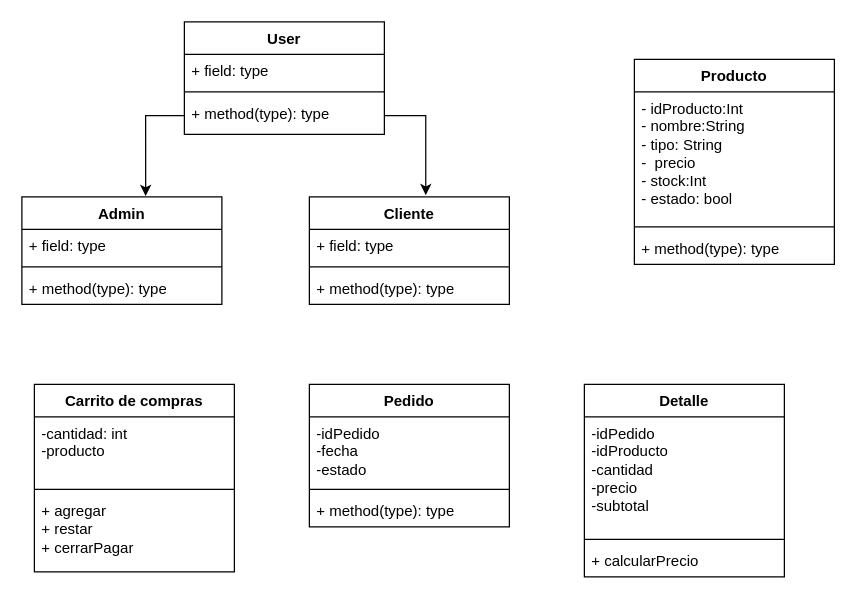
The draw.io diagram page "Página-2" (2 of 2) of DesignEntity.drawio in CAC23319-G17/tpintegrador, before the edit. Source tidied: cells renumbered, new cells numbered last; positions are measured from the earlier drawing's top-left corner, leaving out a move shared by most shapes. Both pictures are drawn from the tidied source at 125%, with x=0, y=0 at pixel (21, 21).
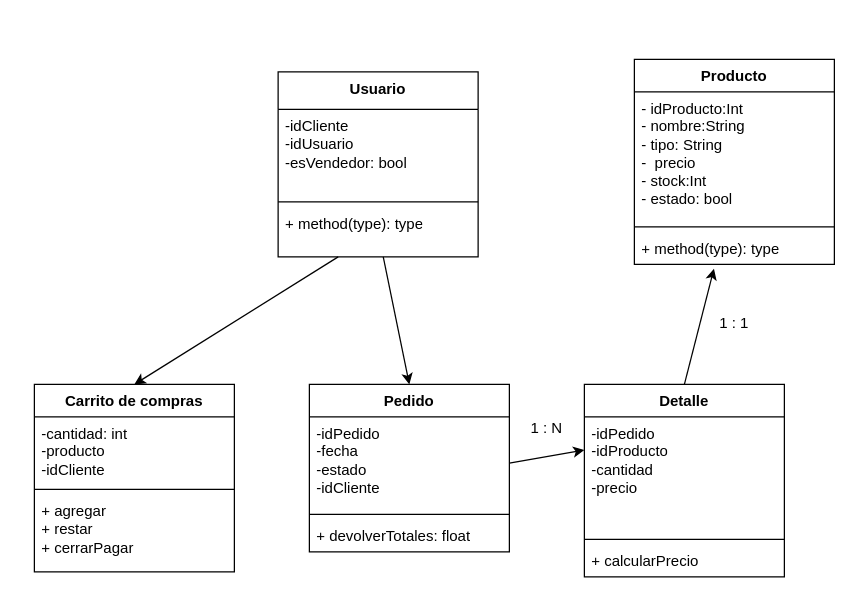
The same page after the edit.

Unchanged cells that the change refers to:
```xml
<mxCell id="20" value="Detalle" style="swimlane;fontStyle=1;align=center;verticalAlign=top;horizontal=1;startSize=26;whiteSpace=wrap;html=1;" parent="1" vertex="1">
  <mxGeometry x="450" y="290" width="160" height="154" as="geometry" />
</mxCell>
<mxCell id="24" value="Carrito de compras" style="swimlane;fontStyle=1;align=center;verticalAlign=top;horizontal=1;startSize=26;whiteSpace=wrap;html=1;" parent="1" vertex="1">
  <mxGeometry x="10" y="290" width="160" height="150" as="geometry" />
</mxCell>
<mxCell id="31" value="+ method(type): type" style="text;strokeColor=none;fillColor=none;align=left;verticalAlign=top;spacingLeft=4;spacingRight=4;overflow=hidden;points=[[0,0.5],[1,0.5]];portConstraint=eastwest;whiteSpace=wrap;html=1;" parent="28" vertex="1">
  <mxGeometry y="138" width="160" height="26" as="geometry" />
</mxCell>
```

The edit, as a diff of the source:
```diff
@@
-    <mxCell id="2" value="User" style="swimlane;fontStyle=1;align=center;verticalAlign=top;horizontal=1;startSize=26;whiteSpace=wrap;html=1;" parent="1" vertex="1">
-      <mxGeometry x="130" width="160" height="90" as="geometry" />
-    </mxCell>
-    <mxCell id="3" value="+ field: type" style="text;strokeColor=none;fillColor=none;align=left;verticalAlign=top;spacingLeft=4;spacingRight=4;overflow=hidden;whiteSpace=wrap;html=1;" parent="2" vertex="1">
-      <mxGeometry y="26" width="160" height="26" as="geometry" />
-    </mxCell>
-    <mxCell id="4" style="line;strokeWidth=1;fillColor=none;align=left;verticalAlign=middle;spacingTop=-1;spacingLeft=3;spacingRight=3;labelPosition=right;strokeColor=inherit;" parent="2" vertex="1">
-      <mxGeometry y="52" width="160" height="8" as="geometry" />
-    </mxCell>
-    <mxCell id="5" value="+ method(type): type" style="text;strokeColor=none;fillColor=none;align=left;verticalAlign=top;spacingLeft=4;spacingRight=4;overflow=hidden;points=[[0,0.5],[1,0.5]];portConstraint=eastwest;whiteSpace=wrap;html=1;" parent="2" vertex="1">
-      <mxGeometry y="60" width="160" height="30" as="geometry" />
-    </mxCell>
-    <mxCell id="6" value="Cliente" style="swimlane;fontStyle=1;align=center;verticalAlign=top;horizontal=1;startSize=26;whiteSpace=wrap;html=1;" parent="1" vertex="1">
-      <mxGeometry x="230" y="140" width="160" height="86" as="geometry" />
+    <mxCell id="6" value="Usuario" style="swimlane;fontStyle=1;align=center;verticalAlign=top;horizontal=1;startSize=30;whiteSpace=wrap;html=1;" parent="1" vertex="1">
+      <mxGeometry x="205" y="40" width="160" height="148" as="geometry" />
     </mxCell>
-    <mxCell id="7" value="+ field: type" style="text;strokeColor=none;fillColor=none;align=left;verticalAlign=top;spacingLeft=4;spacingRight=4;overflow=hidden;whiteSpace=wrap;html=1;" parent="6" vertex="1">
-      <mxGeometry y="26" width="160" height="26" as="geometry" />
+    <mxCell id="7" value="-idCliente&lt;br&gt;-idUsuario&lt;br&gt;-esVendedor: bool" style="text;strokeColor=none;fillColor=none;align=left;verticalAlign=top;spacingLeft=4;spacingRight=4;overflow=hidden;whiteSpace=wrap;html=1;" parent="6" vertex="1">
+      <mxGeometry y="30" width="160" height="70" as="geometry" />
     </mxCell>
     <mxCell id="8" style="line;strokeWidth=1;fillColor=none;align=left;verticalAlign=middle;spacingTop=-1;spacingLeft=3;spacingRight=3;labelPosition=right;strokeColor=inherit;" parent="6" vertex="1">
-      <mxGeometry y="52" width="160" height="8" as="geometry" />
+      <mxGeometry y="100" width="160" height="8" as="geometry" />
     </mxCell>
     <mxCell id="9" value="+ method(type): type" style="text;strokeColor=none;fillColor=none;align=left;verticalAlign=top;spacingLeft=4;spacingRight=4;overflow=hidden;points=[[0,0.5],[1,0.5]];portConstraint=eastwest;whiteSpace=wrap;html=1;" parent="6" vertex="1">
-      <mxGeometry y="60" width="160" height="26" as="geometry" />
+      <mxGeometry y="108" width="160" height="40" as="geometry" />
     </mxCell>
-    <mxCell id="10" value="Admin" style="swimlane;fontStyle=1;align=center;verticalAlign=top;horizontal=1;startSize=26;whiteSpace=wrap;html=1;" parent="1" vertex="1">
-      <mxGeometry y="140" width="160" height="86" as="geometry" />
-    </mxCell>
-    <mxCell id="11" value="+ field: type" style="text;strokeColor=none;fillColor=none;align=left;verticalAlign=top;spacingLeft=4;spacingRight=4;overflow=hidden;whiteSpace=wrap;html=1;" parent="10" vertex="1">
-      <mxGeometry y="26" width="160" height="26" as="geometry" />
-    </mxCell>
-    <mxCell id="12" style="line;strokeWidth=1;fillColor=none;align=left;verticalAlign=middle;spacingTop=-1;spacingLeft=3;spacingRight=3;labelPosition=right;strokeColor=inherit;" parent="10" vertex="1">
-      <mxGeometry y="52" width="160" height="8" as="geometry" />
-    </mxCell>
-    <mxCell id="13" value="+ method(type): type" style="text;strokeColor=none;fillColor=none;align=left;verticalAlign=top;spacingLeft=4;spacingRight=4;overflow=hidden;whiteSpace=wrap;html=1;" parent="10" vertex="1">
-      <mxGeometry y="60" width="160" height="26" as="geometry" />
-    </mxCell>
-    <mxCell id="14" style="edgeStyle=orthogonalEdgeStyle;rounded=0;jettySize=auto;html=1;exitX=1;exitY=0.5;exitDx=0;exitDy=0;entryX=0.582;entryY=-0.016;entryDx=0;entryDy=0;entryPerimeter=0;" parent="1" edge="1" source="5" target="6">
-      <mxGeometry relative="1" as="geometry" />
-    </mxCell>
-    <mxCell id="15" style="edgeStyle=orthogonalEdgeStyle;rounded=0;jettySize=auto;html=1;exitX=0;exitY=0.5;exitDx=0;exitDy=0;entryX=0.619;entryY=-0.008;entryDx=0;entryDy=0;entryPerimeter=0;" parent="1" edge="1" source="5" target="10">
-      <mxGeometry relative="1" as="geometry" />
-    </mxCell>
     <mxCell id="16" value="Pedido" style="swimlane;fontStyle=1;align=center;verticalAlign=top;horizontal=1;startSize=26;whiteSpace=wrap;html=1;" parent="1" vertex="1">
-      <mxGeometry x="230" y="290" width="160" height="114" as="geometry" />
+      <mxGeometry x="230" y="290" width="160" height="134" as="geometry" />
     </mxCell>
-    <mxCell id="17" value="-idPedido&lt;br&gt;-fecha&lt;br&gt;-estado" style="text;strokeColor=none;fillColor=none;align=left;verticalAlign=top;spacingLeft=4;spacingRight=4;overflow=hidden;points=[[0,0.5],[1,0.5]];portConstraint=eastwest;whiteSpace=wrap;html=1;" parent="16" vertex="1">
-      <mxGeometry y="26" width="160" height="54" as="geometry" />
+    <mxCell id="17" value="-idPedido&lt;br&gt;-fecha&lt;br&gt;-estado&lt;br&gt;-idCliente" style="text;strokeColor=none;fillColor=none;align=left;verticalAlign=top;spacingLeft=4;spacingRight=4;overflow=hidden;points=[[0,0.5],[1,0.5]];portConstraint=eastwest;whiteSpace=wrap;html=1;" parent="16" vertex="1">
+      <mxGeometry y="26" width="160" height="74" as="geometry" />
     </mxCell>
     <mxCell id="18" style="line;strokeWidth=1;fillColor=none;align=left;verticalAlign=middle;spacingTop=-1;spacingLeft=3;spacingRight=3;labelPosition=right;strokeColor=inherit;" parent="16" vertex="1">
-      <mxGeometry y="80" width="160" height="8" as="geometry" />
+      <mxGeometry y="100" width="160" height="8" as="geometry" />
     </mxCell>
-    <mxCell id="19" value="+ method(type): type" style="text;strokeColor=none;fillColor=none;align=left;verticalAlign=top;spacingLeft=4;spacingRight=4;overflow=hidden;whiteSpace=wrap;html=1;" parent="16" vertex="1">
-      <mxGeometry y="88" width="160" height="26" as="geometry" />
+    <mxCell id="19" value="+ devolverTotales: float" style="text;strokeColor=none;fillColor=none;align=left;verticalAlign=top;spacingLeft=4;spacingRight=4;overflow=hidden;whiteSpace=wrap;html=1;" parent="16" vertex="1">
+      <mxGeometry y="108" width="160" height="26" as="geometry" />
     </mxCell>
+    <mxCell id="32" style="edgeStyle=none;html=1;exitX=0.5;exitY=0;exitDx=0;exitDy=0;entryX=0.398;entryY=1.134;entryDx=0;entryDy=0;entryPerimeter=0;" parent="1" edge="1" source="20" target="31">
+      <mxGeometry relative="1" as="geometry" />
+    </mxCell>
@@
-    <mxCell id="21" value="-idPedido&lt;br&gt;-idProducto&lt;br&gt;-cantidad&lt;br&gt;-precio&lt;br&gt;-subtotal" style="text;strokeColor=none;fillColor=none;align=left;verticalAlign=top;spacingLeft=4;spacingRight=4;overflow=hidden;points=[[0,0.5],[1,0.5]];portConstraint=eastwest;whiteSpace=wrap;html=1;" parent="20" vertex="1">
+    <mxCell id="21" value="-idPedido&lt;br&gt;-idProducto&lt;br&gt;-cantidad&lt;br&gt;-precio&lt;br&gt;" style="text;strokeColor=none;fillColor=none;align=left;verticalAlign=top;spacingLeft=4;spacingRight=4;overflow=hidden;points=[[0,0.5],[1,0.5]];portConstraint=eastwest;whiteSpace=wrap;html=1;" parent="20" vertex="1">
       <mxGeometry y="26" width="160" height="94" as="geometry" />
     </mxCell>
@@
-    <mxCell id="25" value="-cantidad: int&lt;br&gt;-producto" style="text;strokeColor=none;fillColor=none;align=left;verticalAlign=top;spacingLeft=4;spacingRight=4;overflow=hidden;whiteSpace=wrap;html=1;" parent="24" vertex="1">
+    <mxCell id="25" value="-cantidad: int&lt;br&gt;-producto&lt;br&gt;-idCliente" style="text;strokeColor=none;fillColor=none;align=left;verticalAlign=top;spacingLeft=4;spacingRight=4;overflow=hidden;whiteSpace=wrap;html=1;" parent="24" vertex="1">
       <mxGeometry y="26" width="160" height="54" as="geometry" />
     </mxCell>
@@
+    <mxCell id="33" style="edgeStyle=none;html=1;exitX=1;exitY=0.5;exitDx=0;exitDy=0;entryX=0;entryY=0.283;entryDx=0;entryDy=0;entryPerimeter=0;" parent="1" edge="1" source="17" target="21">
+      <mxGeometry relative="1" as="geometry" />
+    </mxCell>
+    <mxCell id="34" value="1 : N" style="text;html=1;strokeColor=none;fillColor=none;align=center;verticalAlign=middle;whiteSpace=wrap;rounded=0;" parent="1" vertex="1">
+      <mxGeometry x="390" y="310" width="60" height="30" as="geometry" />
+    </mxCell>
+    <mxCell id="35" value="1 : 1" style="text;html=1;strokeColor=none;fillColor=none;align=center;verticalAlign=middle;whiteSpace=wrap;rounded=0;" parent="1" vertex="1">
+      <mxGeometry x="540" y="226" width="60" height="30" as="geometry" />
+    </mxCell>
+    <mxCell id="36" style="edgeStyle=none;html=1;entryX=0.5;entryY=0;entryDx=0;entryDy=0;" parent="1" edge="1" source="9" target="24">
+      <mxGeometry relative="1" as="geometry" />
+    </mxCell>
+    <mxCell id="37" style="edgeStyle=none;html=1;entryX=0.5;entryY=0;entryDx=0;entryDy=0;" parent="1" edge="1" source="9" target="16">
+      <mxGeometry relative="1" as="geometry" />
+    </mxCell>
```
